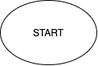
Earlier version of the draw.io export rockPaperScissors.png (Adam20058/Rock-Paper-Scissors). Source tidied: cells renumbered, new cells last; positions are measured from the earlier drawing's top-left corner, leaving out a move shared by most shapes.
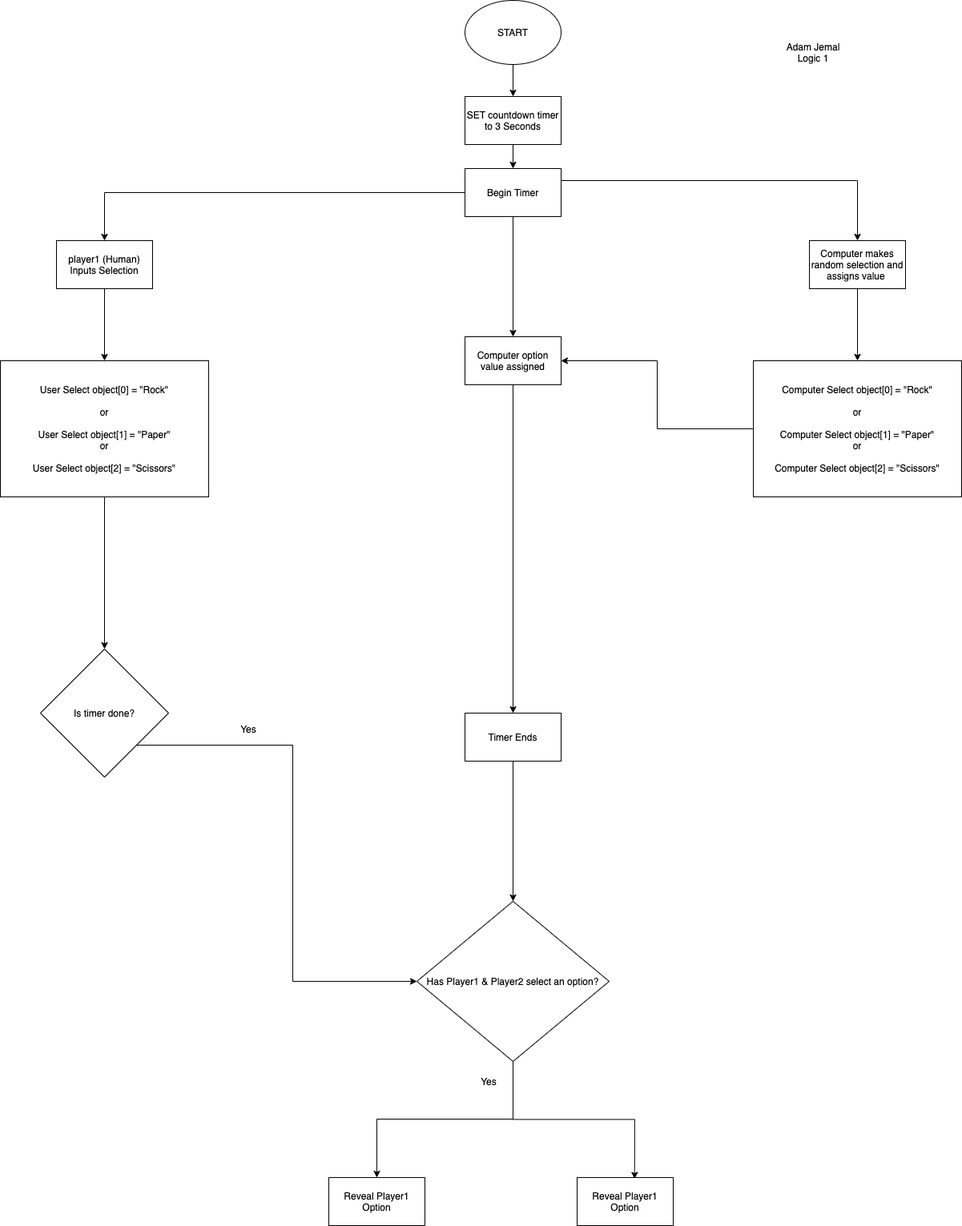
The same file after the commit.

Diff of the diagram source:
```diff
@@ -2,8 +2,100 @@
   <root>
     <mxCell id="0" />
     <mxCell id="1" parent="0" />
+    <mxCell id="3" style="edgeStyle=orthogonalEdgeStyle;rounded=0;jettySize=auto;html=1;exitX=0.5;exitY=1;exitDx=0;exitDy=0;entryX=0.5;entryY=0;entryDx=0;entryDy=0;" parent="1" edge="1" source="2" target="5">
+      <mxGeometry relative="1" as="geometry" />
+    </mxCell>
     <mxCell id="2" value="START" style="ellipse;whiteSpace=wrap;html=1;" parent="1" vertex="1">
       <mxGeometry width="120" height="80" as="geometry" />
     </mxCell>
+    <mxCell id="4" style="edgeStyle=orthogonalEdgeStyle;rounded=0;jettySize=auto;html=1;exitX=0.5;exitY=1;exitDx=0;exitDy=0;entryX=0.5;entryY=0;entryDx=0;entryDy=0;" parent="1" edge="1" source="5" target="9">
+      <mxGeometry relative="1" as="geometry" />
+    </mxCell>
+    <mxCell id="5" value="SET countdown timer to 3 Seconds" style="rounded=0;whiteSpace=wrap;html=1;" parent="1" vertex="1">
+      <mxGeometry y="120" width="120" height="60" as="geometry" />
+    </mxCell>
+    <mxCell id="6" style="edgeStyle=orthogonalEdgeStyle;rounded=0;jettySize=auto;html=1;exitX=0.5;exitY=1;exitDx=0;exitDy=0;" parent="1" edge="1" source="9" target="15">
+      <mxGeometry relative="1" as="geometry" />
+    </mxCell>
+    <mxCell id="7" style="edgeStyle=orthogonalEdgeStyle;rounded=0;jettySize=auto;html=1;exitX=0;exitY=0.5;exitDx=0;exitDy=0;entryX=0.5;entryY=0;entryDx=0;entryDy=0;" parent="1" edge="1" source="9" target="17">
+      <mxGeometry relative="1" as="geometry" />
+    </mxCell>
+    <mxCell id="8" style="edgeStyle=orthogonalEdgeStyle;rounded=0;jettySize=auto;html=1;exitX=1;exitY=0.25;exitDx=0;exitDy=0;entryX=0.5;entryY=0;entryDx=0;entryDy=0;" parent="1" edge="1" source="9" target="13">
+      <mxGeometry relative="1" as="geometry" />
+    </mxCell>
+    <mxCell id="9" value="Begin Timer" style="rounded=0;whiteSpace=wrap;html=1;" parent="1" vertex="1">
+      <mxGeometry y="210" width="120" height="60" as="geometry" />
+    </mxCell>
+    <mxCell id="10" style="edgeStyle=orthogonalEdgeStyle;rounded=0;jettySize=auto;html=1;exitX=0.5;exitY=1;exitDx=0;exitDy=0;entryX=0.5;entryY=0;entryDx=0;entryDy=0;" parent="1" edge="1" source="11" target="23">
+      <mxGeometry relative="1" as="geometry" />
+    </mxCell>
+    <mxCell id="11" value="Timer Ends" style="rounded=0;whiteSpace=wrap;html=1;" parent="1" vertex="1">
+      <mxGeometry y="890" width="120" height="60" as="geometry" />
+    </mxCell>
+    <mxCell id="12" style="edgeStyle=orthogonalEdgeStyle;rounded=0;jettySize=auto;html=1;entryX=0.5;entryY=0;entryDx=0;entryDy=0;" parent="1" edge="1" source="13" target="30">
+      <mxGeometry relative="1" as="geometry" />
+    </mxCell>
+    <mxCell id="13" value="Computer makes random selection and assigns value&amp;nbsp;" style="rounded=0;whiteSpace=wrap;html=1;" parent="1" vertex="1">
+      <mxGeometry x="430" y="300" width="120" height="60" as="geometry" />
+    </mxCell>
+    <mxCell id="14" style="edgeStyle=orthogonalEdgeStyle;rounded=0;jettySize=auto;html=1;exitX=0.5;exitY=1;exitDx=0;exitDy=0;entryX=0.5;entryY=0;entryDx=0;entryDy=0;" parent="1" edge="1" source="15" target="11">
+      <mxGeometry relative="1" as="geometry" />
+    </mxCell>
+    <mxCell id="15" value="Computer option value assigned" style="rounded=0;whiteSpace=wrap;html=1;" parent="1" vertex="1">
+      <mxGeometry y="420" width="120" height="60" as="geometry" />
+    </mxCell>
+    <mxCell id="16" style="edgeStyle=orthogonalEdgeStyle;rounded=0;jettySize=auto;html=1;exitX=0.5;exitY=1;exitDx=0;exitDy=0;entryX=0.5;entryY=0;entryDx=0;entryDy=0;" parent="1" edge="1" source="17" target="20">
+      <mxGeometry relative="1" as="geometry" />
+    </mxCell>
+    <mxCell id="17" value="player1 (Human) Inputs Selection" style="rounded=0;whiteSpace=wrap;html=1;" parent="1" vertex="1">
+      <mxGeometry x="-510" y="300" width="120" height="60" as="geometry" />
+    </mxCell>
+    <mxCell id="18" value="Adam Jemal&lt;br&gt;Logic 1" style="text;html=1;strokeColor=none;fillColor=none;align=center;verticalAlign=middle;whiteSpace=wrap;rounded=0;" parent="1" vertex="1">
+      <mxGeometry x="380" y="40" width="110" height="50" as="geometry" />
+    </mxCell>
+    <mxCell id="19" style="edgeStyle=orthogonalEdgeStyle;rounded=0;jettySize=auto;html=1;exitX=0.5;exitY=1;exitDx=0;exitDy=0;entryX=0.5;entryY=0;entryDx=0;entryDy=0;" parent="1" edge="1" source="20" target="26">
+      <mxGeometry relative="1" as="geometry" />
+    </mxCell>
+    <mxCell id="20" value="&lt;span&gt;User Select object[0] = &quot;Rock&quot;&lt;/span&gt;&lt;br&gt;&lt;br&gt;&lt;span&gt;or&lt;/span&gt;&lt;br&gt;&lt;br&gt;&lt;span&gt;User Select object[1] = &quot;Paper&quot;&lt;/span&gt;&lt;br&gt;&lt;span&gt;or&lt;/span&gt;&lt;br&gt;&lt;br&gt;&lt;span&gt;User Select object[2] = &quot;Scissors&quot;&lt;/span&gt;" style="rounded=0;whiteSpace=wrap;html=1;" parent="1" vertex="1">
+      <mxGeometry x="-580" y="450" width="260" height="170" as="geometry" />
+    </mxCell>
+    <mxCell id="21" style="edgeStyle=orthogonalEdgeStyle;rounded=0;jettySize=auto;html=1;exitX=0.5;exitY=1;exitDx=0;exitDy=0;entryX=0.5;entryY=0;entryDx=0;entryDy=0;" parent="1" edge="1" source="23" target="24">
+      <mxGeometry relative="1" as="geometry">
+        <Array as="points">
+          <mxPoint x="60" y="1397" />
+          <mxPoint x="-110" y="1397" />
+        </Array>
+      </mxGeometry>
+    </mxCell>
+    <mxCell id="22" style="edgeStyle=orthogonalEdgeStyle;rounded=0;jettySize=auto;html=1;exitX=0.5;exitY=1;exitDx=0;exitDy=0;entryX=0.598;entryY=0.026;entryDx=0;entryDy=0;entryPerimeter=0;" parent="1" edge="1" source="23" target="28">
+      <mxGeometry relative="1" as="geometry" />
+    </mxCell>
+    <mxCell id="23" value="Has Player1 &amp;amp; Player2 select an option?" style="rhombus;whiteSpace=wrap;html=1;" parent="1" vertex="1">
+      <mxGeometry x="-60" y="1125" width="240" height="200" as="geometry" />
+    </mxCell>
+    <mxCell id="24" value="Reveal Player1 Option" style="rounded=0;whiteSpace=wrap;html=1;" parent="1" vertex="1">
+      <mxGeometry x="-170" y="1470" width="120" height="60" as="geometry" />
+    </mxCell>
+    <mxCell id="25" style="edgeStyle=orthogonalEdgeStyle;rounded=0;jettySize=auto;html=1;exitX=1;exitY=1;exitDx=0;exitDy=0;entryX=0;entryY=0.5;entryDx=0;entryDy=0;" parent="1" edge="1" source="26" target="23">
+      <mxGeometry relative="1" as="geometry" />
+    </mxCell>
+    <mxCell id="26" value="Is timer done?" style="rhombus;whiteSpace=wrap;html=1;" parent="1" vertex="1">
+      <mxGeometry x="-530" y="810" width="160" height="160" as="geometry" />
+    </mxCell>
+    <mxCell id="27" value="Yes" style="text;html=1;strokeColor=none;fillColor=none;align=center;verticalAlign=middle;whiteSpace=wrap;rounded=0;" parent="1" vertex="1">
+      <mxGeometry x="-290" y="900" width="40" height="20" as="geometry" />
+    </mxCell>
+    <mxCell id="28" value="Reveal Player1 Option" style="rounded=0;whiteSpace=wrap;html=1;" parent="1" vertex="1">
+      <mxGeometry x="140" y="1470" width="120" height="60" as="geometry" />
+    </mxCell>
+    <mxCell id="29" style="edgeStyle=orthogonalEdgeStyle;rounded=0;jettySize=auto;html=1;exitX=0;exitY=0.5;exitDx=0;exitDy=0;entryX=1;entryY=0.5;entryDx=0;entryDy=0;" parent="1" edge="1" source="30" target="15">
+      <mxGeometry relative="1" as="geometry" />
+    </mxCell>
+    <mxCell id="30" value="&lt;span&gt;Computer Select object[0] = &quot;Rock&quot;&lt;/span&gt;&lt;br&gt;&lt;br&gt;&lt;span&gt;or&lt;/span&gt;&lt;br&gt;&lt;br&gt;&lt;span&gt;Computer Select object[1] = &quot;Paper&quot;&lt;/span&gt;&lt;br&gt;&lt;span&gt;or&lt;/span&gt;&lt;br&gt;&lt;br&gt;&lt;span&gt;Computer Select object[2] = &quot;Scissors&quot;&lt;/span&gt;" style="rounded=0;whiteSpace=wrap;html=1;" parent="1" vertex="1">
+      <mxGeometry x="360" y="450" width="260" height="170" as="geometry" />
+    </mxCell>
+    <mxCell id="31" value="Yes" style="text;html=1;strokeColor=none;fillColor=none;align=center;verticalAlign=middle;whiteSpace=wrap;rounded=0;" parent="1" vertex="1">
+      <mxGeometry x="10" y="1340" width="40" height="20" as="geometry" />
+    </mxCell>
   </root>
 </mxGraphModel>
```
